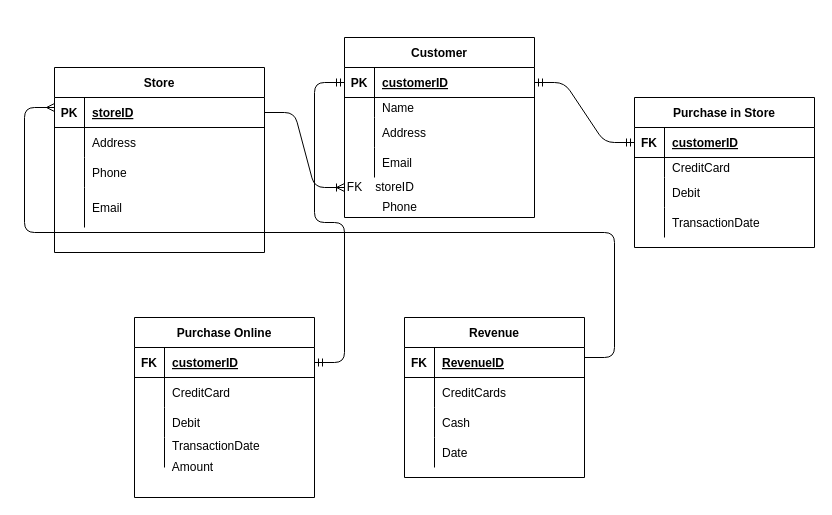
Above: page "Page-2" (2 of 2) of Untitled Diagram.drawio in tomektomeknyc/DataAnalytics (draw.io), before the change. Source tidied: cells renumbered, new cells numbered last; positions are measured from the earlier drawing's top-left corner, leaving out a move shared by most shapes. Both pictures are drawn from the tidied source at 100%, with x=0, y=0 at pixel (54, 37).
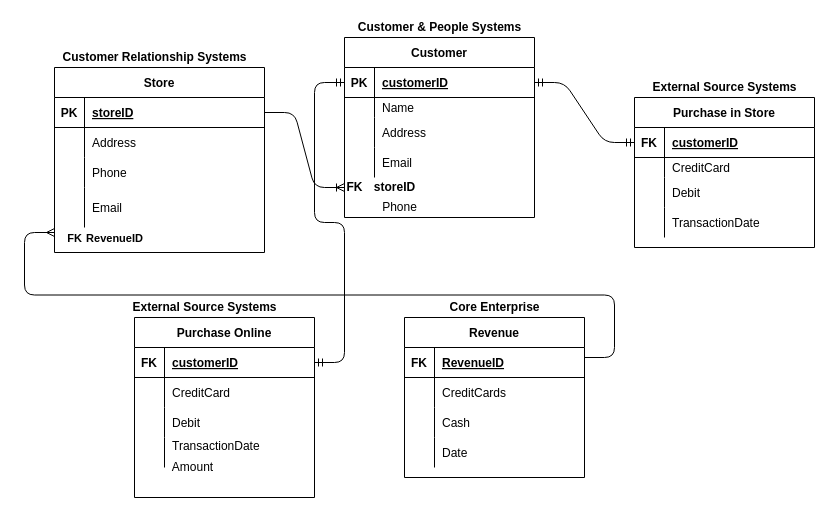
After the change.

Change to the diagram source:
```diff
@@
     <mxCell id="70" style="edgeStyle=entityRelationEdgeStyle;fontSize=12;html=1;endArrow=ERmany;exitX=1;exitY=0.5;exitDx=0;exitDy=0;" parent="1" edge="1">
       <mxGeometry relative="1" as="geometry">
         <mxPoint x="530" y="320" as="sourcePoint" />
-        <mxPoint y="70" as="targetPoint" />
+        <mxPoint y="195" as="targetPoint" />
       </mxGeometry>
     </mxCell>
+    <mxCell id="75" value="RevenueID" style="edgeLabel;html=1;align=center;verticalAlign=middle;fontStyle=1;" parent="70" vertex="1">
+      <mxGeometry x="0.47" y="-3" relative="1" as="geometry">
+        <mxPoint x="-23.5" y="-54.5" as="offset" />
+      </mxGeometry>
+    </mxCell>
+    <mxCell id="76" value="FK" style="edgeLabel;html=1;align=center;verticalAlign=middle;fontStyle=1;" parent="70" vertex="1">
+      <mxGeometry x="0.57" y="-4" relative="1" as="geometry">
+        <mxPoint x="-25.5" y="-53.5" as="offset" />
+      </mxGeometry>
+    </mxCell>
@@
-    <mxCell id="73" value="storeID" style="text;html=1;align=center;verticalAlign=middle;" parent="1" vertex="1">
-      <mxGeometry x="315" y="140" width="50" height="20" as="geometry" />
+    <mxCell id="73" value="storeID" style="text;html=1;align=center;verticalAlign=middle;fontStyle=1;" parent="1" vertex="1">
+      <mxGeometry x="310" y="140" width="60" height="20" as="geometry" />
     </mxCell>
-    <mxCell id="74" value="FK" style="text;html=1;align=center;verticalAlign=middle;points=[];" parent="1" vertex="1">
+    <mxCell id="74" value="FK" style="text;html=1;align=center;verticalAlign=middle;points=[];fontStyle=1;" parent="1" vertex="1">
       <mxGeometry x="285" y="140" width="30" height="20" as="geometry" />
     </mxCell>
+    <mxCell id="77" value="&lt;b&gt;Core Enterprise&lt;/b&gt;" style="text;html=1;align=center;verticalAlign=middle;" parent="1" vertex="1">
+      <mxGeometry x="385" y="260" width="110" height="20" as="geometry" />
+    </mxCell>
+    <mxCell id="78" value="&lt;b&gt;Customer &amp;amp; People Systems&lt;/b&gt;" style="text;html=1;align=center;verticalAlign=middle;" parent="1" vertex="1">
+      <mxGeometry x="295" y="-20" width="180" height="20" as="geometry" />
+    </mxCell>
+    <mxCell id="79" value="&lt;b&gt;External Source Systems&lt;/b&gt;" style="text;html=1;align=center;verticalAlign=middle;" parent="1" vertex="1">
+      <mxGeometry x="590" y="40" width="160" height="20" as="geometry" />
+    </mxCell>
+    <mxCell id="80" value="&lt;b&gt;External Source Systems&lt;/b&gt;" style="text;html=1;align=center;verticalAlign=middle;" parent="1" vertex="1">
+      <mxGeometry x="70" y="260" width="160" height="20" as="geometry" />
+    </mxCell>
+    <mxCell id="81" value="&lt;b&gt;Customer Relationship Systems&lt;/b&gt;" style="text;html=1;align=center;verticalAlign=middle;" parent="1" vertex="1">
+      <mxGeometry y="10" width="200" height="20" as="geometry" />
+    </mxCell>
```
